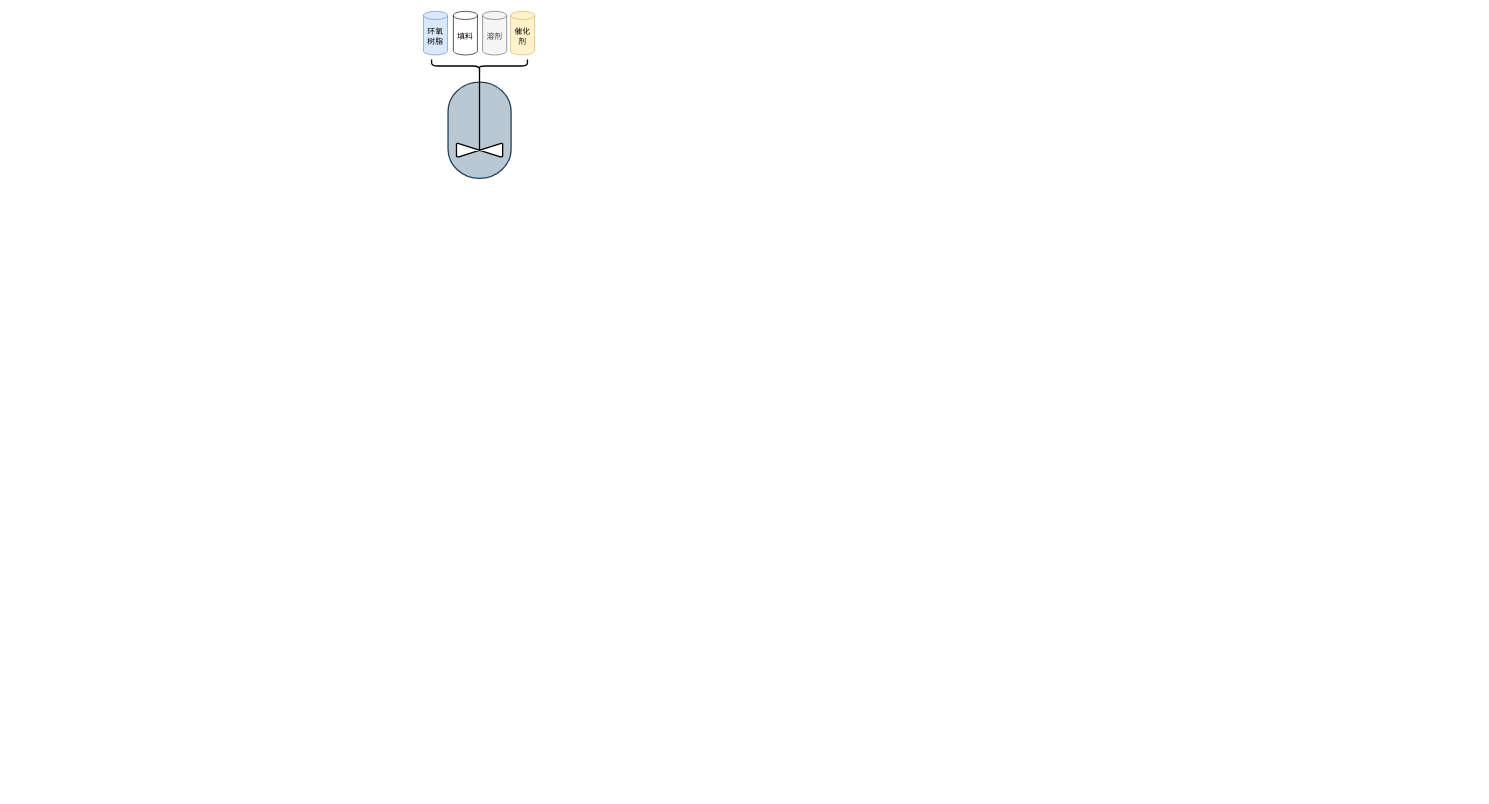
This is 覆铜板.drawio from little-white-dragon1/Diagrams, a draw.io file, before an edit. Source tidied: cells renumbered, new cells numbered last; positions are measured from the earlier drawing's top-left corner, leaving out a move shared by most shapes. Both pictures are drawn from the tidied source at 65%, with x=0, y=0 at pixel (423, 11).
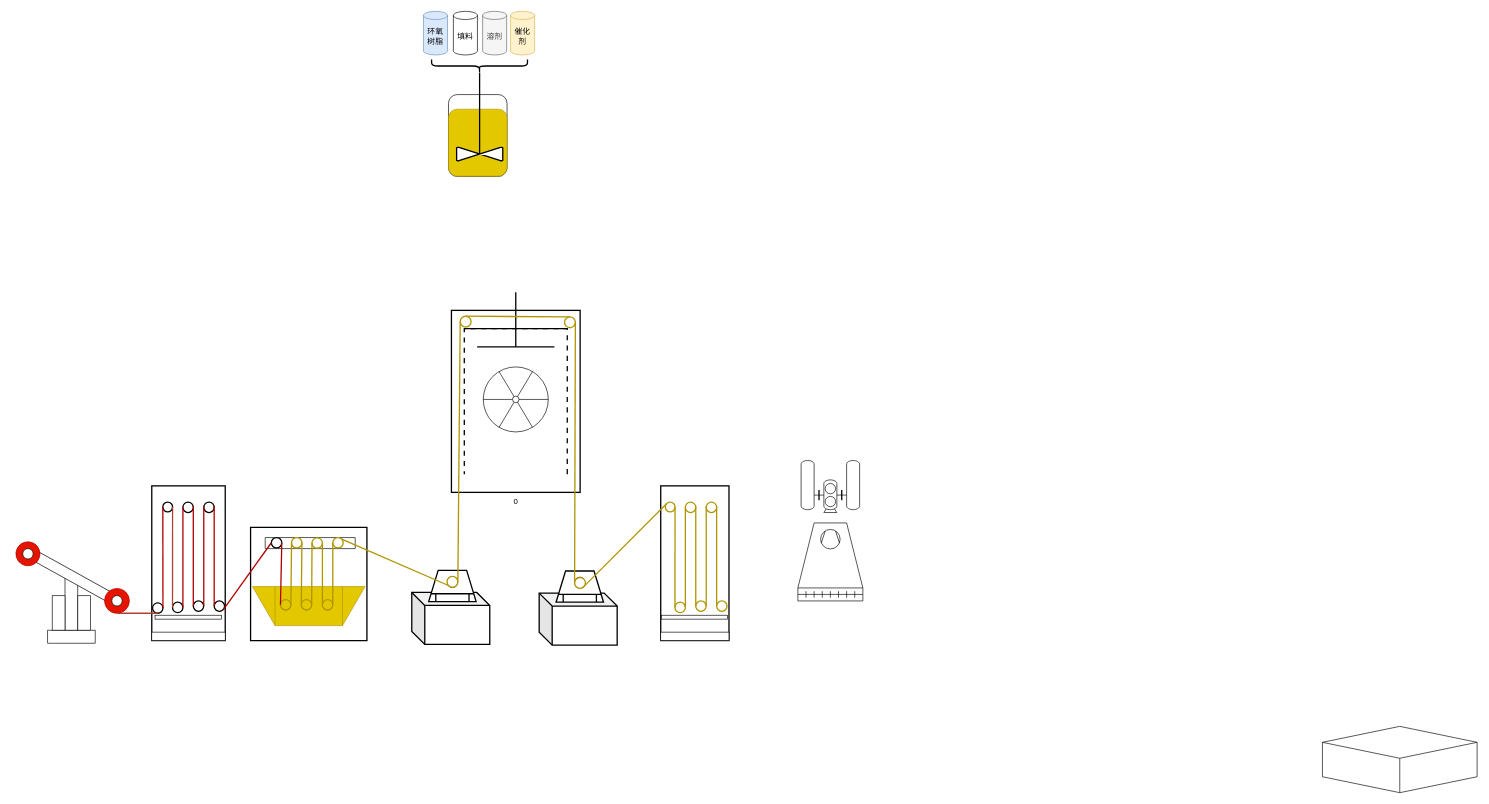
Above is the later version.

Commit message (it also covers changes not shown here):
更新覆铜板.drawio

Diff of the diagram source:
```diff
@@
+    <mxCell id="10" style="verticalLabelPosition=bottom;verticalAlign=top;html=1;shape=mxgraph.basic.rect;fillColor2=none;strokeWidth=2;size=20;indent=5;" parent="1" vertex="1">
+      <mxGeometry x="-266" y="794" width="179" height="174" as="geometry" />
+    </mxCell>
+    <mxCell id="11" style="rounded=1;whiteSpace=wrap;html=1;direction=south;" parent="1" vertex="1">
+      <mxGeometry x="38.5" y="128" width="90.1" height="126" as="geometry" />
+    </mxCell>
@@
-    <mxCell id="6" style="strokeWidth=2;html=1;shape=mxgraph.flowchart.terminator;whiteSpace=wrap;direction=south;fillColor=#bac8d3;strokeColor=#23445d;" parent="1" vertex="1">
-      <mxGeometry x="37.8" y="109" width="97" height="148" as="geometry" />
-    </mxCell>
+    <mxCell id="9" style="shape=curlyBracket;whiteSpace=wrap;html=1;rounded=1;labelPosition=left;verticalLabelPosition=middle;align=right;verticalAlign=middle;direction=north;strokeWidth=2;" parent="1" vertex="1">
+      <mxGeometry x="12.5" y="74" width="147.5" height="20" as="geometry" />
+    </mxCell>
+    <mxCell id="12" style="rounded=0;whiteSpace=wrap;html=1;" parent="1" vertex="1">
+      <mxGeometry x="-578.1" y="952" width="73" height="20" as="geometry" />
+    </mxCell>
+    <mxCell id="13" style="rounded=0;whiteSpace=wrap;html=1;" parent="1" vertex="1">
+      <mxGeometry x="-551.5" y="866" width="19.7" height="86" as="geometry" />
+    </mxCell>
+    <mxCell id="14" style="verticalLabelPosition=bottom;verticalAlign=top;html=1;shape=mxgraph.basic.plaque;dx=6;whiteSpace=wrap;rotation=29;" parent="1" vertex="1">
+      <mxGeometry x="-618" y="863" width="161.4" height="16" as="geometry" />
+    </mxCell>
+    <mxCell id="15" style="ellipse;whiteSpace=wrap;html=1;rotation=0;fillColor=#e51400;fontColor=#ffffff;strokeColor=#B20000;" parent="1" vertex="1">
+      <mxGeometry x="-490.7" y="887.7" width="38.3" height="38.3" as="geometry" />
+    </mxCell>
+    <mxCell id="16" style="ellipse;whiteSpace=wrap;html=1;rotation=29;fillColor=#e51400;fontColor=#ffffff;strokeColor=#B20000;" parent="1" vertex="1">
+      <mxGeometry x="-627" y="816" width="37" height="37" as="geometry" />
+    </mxCell>
+    <mxCell id="17" style="rounded=0;whiteSpace=wrap;html=1;" parent="1" vertex="1">
+      <mxGeometry x="-531.8" y="899" width="19.7" height="53" as="geometry" />
+    </mxCell>
+    <mxCell id="18" style="rounded=0;whiteSpace=wrap;html=1;" parent="1" vertex="1">
+      <mxGeometry x="-571.2" y="899" width="19.7" height="53" as="geometry" />
+    </mxCell>
+    <mxCell id="19" style="rounded=0;whiteSpace=wrap;html=1;strokeWidth=2;" parent="1" vertex="1">
+      <mxGeometry x="-418" y="730" width="113" height="238" as="geometry" />
+    </mxCell>
+    <mxCell id="20" style="ellipse;whiteSpace=wrap;html=1;strokeWidth=2;" parent="1" vertex="1">
+      <mxGeometry x="-401" y="755" width="15" height="15" as="geometry" />
+    </mxCell>
+    <mxCell id="21" style="ellipse;whiteSpace=wrap;html=1;strokeWidth=2;" parent="1" vertex="1">
+      <mxGeometry x="-416.8" y="910" width="16" height="16" as="geometry" />
+    </mxCell>
+    <mxCell id="22" style="ellipse;whiteSpace=wrap;html=1;strokeWidth=2;" parent="1" vertex="1">
+      <mxGeometry x="-386.1" y="909" width="16" height="16" as="geometry" />
+    </mxCell>
+    <mxCell id="23" style="endArrow=none;html=1;rounded=0;entryX=0.5;entryY=1;entryDx=0;entryDy=0;fillColor=#fad9d5;strokeColor=#ae4132;strokeWidth=2;" parent="1" edge="1" target="21">
+      <mxGeometry relative="1" as="geometry">
+        <mxPoint x="-471" y="926" as="sourcePoint" />
+      </mxGeometry>
+    </mxCell>
+    <mxCell id="24" style="endArrow=none;html=1;rounded=0;exitX=1;exitY=0.5;exitDx=0;exitDy=0;entryX=0;entryY=0.5;entryDx=0;entryDy=0;fillColor=#e51400;strokeColor=#B20000;strokeWidth=2;" parent="1" edge="1" source="21" target="20">
+      <mxGeometry relative="1" as="geometry" />
+    </mxCell>
+    <mxCell id="25" style="endArrow=none;html=1;rounded=0;entryX=1;entryY=0.5;entryDx=0;entryDy=0;exitX=0;exitY=0.5;exitDx=0;exitDy=0;fillColor=#fad9d5;strokeColor=#ae4132;strokeWidth=2;" parent="1" edge="1" source="22" target="20">
+      <mxGeometry relative="1" as="geometry" />
+    </mxCell>
+    <mxCell id="26" style="ellipse;whiteSpace=wrap;html=1;strokeWidth=2;" parent="1" vertex="1">
+      <mxGeometry x="-370.1" y="755" width="16" height="16" as="geometry" />
+    </mxCell>
+    <mxCell id="27" style="ellipse;whiteSpace=wrap;html=1;" parent="1" vertex="1">
+      <mxGeometry x="-479.5" y="898.8" width="16" height="16" as="geometry" />
+    </mxCell>
+    <mxCell id="28" style="ellipse;whiteSpace=wrap;html=1;" parent="1" vertex="1">
+      <mxGeometry x="-616.5" y="826.5" width="16" height="16" as="geometry" />
+    </mxCell>
+    <mxCell id="29" style="endArrow=none;html=1;rounded=0;entryX=1;entryY=0.5;entryDx=0;entryDy=0;exitX=0;exitY=0.5;exitDx=0;exitDy=0;fillColor=#e51400;strokeColor=#B20000;strokeWidth=2;" parent="1" edge="1">
+      <mxGeometry relative="1" as="geometry">
+        <mxPoint x="-370.1" y="916.8" as="sourcePoint" />
+        <mxPoint x="-370.1" y="762.8" as="targetPoint" />
+      </mxGeometry>
+    </mxCell>
+    <mxCell id="30" style="ellipse;whiteSpace=wrap;html=1;strokeWidth=2;" parent="1" vertex="1">
+      <mxGeometry x="-354.1" y="907" width="16" height="16" as="geometry" />
+    </mxCell>
+    <mxCell id="31" style="endArrow=none;html=1;rounded=0;entryX=1;entryY=0.5;entryDx=0;entryDy=0;exitX=0;exitY=0.5;exitDx=0;exitDy=0;fillColor=#e51400;strokeColor=#B20000;strokeWidth=2;" parent="1" edge="1">
+      <mxGeometry relative="1" as="geometry">
+        <mxPoint x="-354.1" y="915" as="sourcePoint" />
+        <mxPoint x="-354.1" y="761" as="targetPoint" />
+      </mxGeometry>
+    </mxCell>
+    <mxCell id="32" style="ellipse;whiteSpace=wrap;html=1;strokeWidth=2;" parent="1" vertex="1">
+      <mxGeometry x="-338" y="755" width="16" height="16" as="geometry" />
+    </mxCell>
+    <mxCell id="33" style="endArrow=none;html=1;rounded=0;entryX=1;entryY=0.5;entryDx=0;entryDy=0;exitX=0;exitY=0.5;exitDx=0;exitDy=0;fillColor=#e51400;strokeColor=#B20000;strokeWidth=2;" parent="1" edge="1">
+      <mxGeometry relative="1" as="geometry">
+        <mxPoint x="-338" y="915" as="sourcePoint" />
+        <mxPoint x="-338" y="761" as="targetPoint" />
+      </mxGeometry>
+    </mxCell>
+    <mxCell id="34" style="ellipse;whiteSpace=wrap;html=1;strokeWidth=2;" parent="1" vertex="1">
+      <mxGeometry x="-322" y="907" width="16" height="16" as="geometry" />
+    </mxCell>
+    <mxCell id="35" style="endArrow=none;html=1;rounded=0;entryX=1;entryY=0.5;entryDx=0;entryDy=0;exitX=0;exitY=0.5;exitDx=0;exitDy=0;fillColor=#e51400;strokeColor=#B20000;strokeWidth=2;" parent="1" edge="1">
+      <mxGeometry relative="1" as="geometry">
+        <mxPoint x="-322" y="914.8" as="sourcePoint" />
+        <mxPoint x="-322" y="760.8" as="targetPoint" />
+      </mxGeometry>
+    </mxCell>
+    <mxCell id="36" style="rounded=0;whiteSpace=wrap;html=1;" parent="1" vertex="1">
+      <mxGeometry x="-413" y="929" width="102" height="6" as="geometry" />
+    </mxCell>
+    <mxCell id="37" style="rounded=0;whiteSpace=wrap;html=1;" parent="1" vertex="1">
+      <mxGeometry x="-418" y="955" width="113" height="13" as="geometry" />
+    </mxCell>
+    <mxCell id="38" style="rounded=1;whiteSpace=wrap;html=1;direction=south;fillColor=#e3c800;fontColor=#000000;strokeColor=#B09500;" parent="1" vertex="1">
+      <mxGeometry x="38.5" y="150.5" width="90.1" height="103" as="geometry" />
+    </mxCell>
+    <mxCell id="8" style="verticalLabelPosition=bottom;verticalAlign=top;html=1;shape=mxgraph.flowchart.collate;direction=south;strokeWidth=2;" parent="1" vertex="1">
+      <mxGeometry x="51" y="209" width="71" height="21" as="geometry" />
+    </mxCell>
     <mxCell id="7" style="line;strokeWidth=2;direction=south;html=1;" parent="1" vertex="1">
-      <mxGeometry x="81.2" y="91" width="10" height="124" as="geometry" />
+      <mxGeometry x="81.2" y="94" width="10.3" height="124" as="geometry" />
     </mxCell>
-    <mxCell id="8" style="verticalLabelPosition=bottom;verticalAlign=top;html=1;shape=mxgraph.flowchart.collate;direction=south;strokeWidth=2;" parent="1" vertex="1">
-      <mxGeometry x="50.8" y="203" width="71" height="21" as="geometry" />
-    </mxCell>
-    <mxCell id="9" style="shape=curlyBracket;whiteSpace=wrap;html=1;rounded=1;labelPosition=left;verticalLabelPosition=middle;align=right;verticalAlign=middle;direction=north;strokeWidth=2;" parent="1" vertex="1">
-      <mxGeometry x="12.5" y="74" width="147.5" height="20" as="geometry" />
-    </mxCell>
+    <mxCell id="39" style="html=1;whiteSpace=wrap;shape=isoCube2;backgroundOutline=1;isoAngle=6.535977631612532;" parent="1" vertex="1">
+      <mxGeometry x="1383" y="1100" width="238" height="102" as="geometry" />
+    </mxCell>
+    <mxCell id="40" style="verticalLabelPosition=bottom;align=center;dashed=0;html=1;verticalAlign=top;shape=mxgraph.pid.crushers_grinding.crusher;fillColor=#e3c800;fontColor=#000000;strokeColor=#B09500;" parent="1" vertex="1">
+      <mxGeometry x="-263" y="885" width="173" height="60" as="geometry" />
+    </mxCell>
+    <mxCell id="41" style="verticalLabelPosition=bottom;verticalAlign=top;html=1;shape=mxgraph.basic.rect;fillColor2=none;strokeWidth=1;size=20;indent=5;" parent="1" vertex="1">
+      <mxGeometry x="-243.5" y="809.5" width="138.5" height="17" as="geometry" />
+    </mxCell>
+    <mxCell id="42" style="ellipse;whiteSpace=wrap;html=1;strokeWidth=2;" parent="1" vertex="1">
+      <mxGeometry x="-234" y="809.5" width="16" height="16" as="geometry" />
+    </mxCell>
+    <mxCell id="43" style="ellipse;whiteSpace=wrap;html=1;strokeWidth=2;strokeColor=light-dark(#b09500, #ededed);align=center;verticalAlign=middle;fontFamily=Helvetica;fontSize=12;fontColor=default;fillColor=default;" parent="1" vertex="1">
+      <mxGeometry x="-203" y="809.5" width="16" height="16" as="geometry" />
+    </mxCell>
+    <mxCell id="44" style="ellipse;whiteSpace=wrap;html=1;strokeWidth=2;strokeColor=light-dark(#b09500, #ededed);" parent="1" vertex="1">
+      <mxGeometry x="-171.5" y="810" width="16" height="16" as="geometry" />
+    </mxCell>
+    <mxCell id="45" style="ellipse;whiteSpace=wrap;html=1;strokeWidth=2;fillColor=default;strokeColor=light-dark(#b09500, #ededed);align=center;verticalAlign=middle;fontFamily=Helvetica;fontSize=12;fontColor=default;" parent="1" vertex="1">
+      <mxGeometry x="-139.5" y="809.5" width="16" height="16" as="geometry" />
+    </mxCell>
+    <mxCell id="46" style="endArrow=none;html=1;rounded=0;exitX=0.975;exitY=0.8;exitDx=0;exitDy=0;entryX=0;entryY=0.5;entryDx=0;entryDy=0;exitPerimeter=0;fillColor=#e51400;strokeColor=#B20000;strokeWidth=2;" parent="1" edge="1" source="19" target="42">
+      <mxGeometry relative="1" as="geometry" />
+    </mxCell>
+    <mxCell id="47" style="ellipse;whiteSpace=wrap;html=1;fillColor=#e3c800;fontColor=#000000;strokeColor=#B09500;strokeWidth=2;" parent="1" vertex="1">
+      <mxGeometry x="-220" y="905" width="16" height="16" as="geometry" />
+    </mxCell>
+    <mxCell id="48" style="endArrow=none;html=1;rounded=0;entryX=1;entryY=0.5;entryDx=0;entryDy=0;fillColor=#e51400;strokeColor=#B20000;strokeWidth=2;" parent="1" edge="1" target="42">
+      <mxGeometry relative="1" as="geometry">
+        <mxPoint x="-220" y="913" as="sourcePoint" />
+      </mxGeometry>
+    </mxCell>
+    <mxCell id="49" style="endArrow=none;html=1;rounded=0;entryX=0;entryY=0.5;entryDx=0;entryDy=0;exitX=1;exitY=0.5;exitDx=0;exitDy=0;fillColor=#e3c800;strokeColor=#B09500;strokeWidth=2;" parent="1" edge="1" source="47" target="43">
+      <mxGeometry relative="1" as="geometry" />
+    </mxCell>
+    <mxCell id="50" style="ellipse;whiteSpace=wrap;html=1;fillColor=#e3c800;fontColor=#000000;strokeColor=#B09500;strokeWidth=2;" parent="1" vertex="1">
+      <mxGeometry x="-188" y="905" width="16" height="16" as="geometry" />
+    </mxCell>
+    <mxCell id="51" style="endArrow=none;html=1;rounded=0;entryX=0;entryY=0.5;entryDx=0;entryDy=0;exitX=1;exitY=0.5;exitDx=0;exitDy=0;fillColor=#e3c800;strokeColor=#B09500;strokeWidth=2;" parent="1" edge="1">
+      <mxGeometry relative="1" as="geometry">
+        <mxPoint x="-188" y="912" as="sourcePoint" />
+        <mxPoint x="-187" y="817" as="targetPoint" />
+      </mxGeometry>
+    </mxCell>
+    <mxCell id="52" style="endArrow=none;html=1;rounded=0;entryX=0;entryY=0.5;entryDx=0;entryDy=0;exitX=1;exitY=0.5;exitDx=0;exitDy=0;fillColor=#e3c800;strokeColor=#B09500;strokeWidth=2;" parent="1" edge="1" source="50" target="44">
+      <mxGeometry relative="1" as="geometry" />
+    </mxCell>
+    <mxCell id="53" style="ellipse;whiteSpace=wrap;html=1;fillColor=#e3c800;fontColor=#000000;strokeColor=#B09500;strokeWidth=2;" parent="1" vertex="1">
+      <mxGeometry x="-155.5" y="905" width="16" height="16" as="geometry" />
+    </mxCell>
+    <mxCell id="54" style="endArrow=none;html=1;rounded=0;exitX=0;exitY=0.5;exitDx=0;exitDy=0;fillColor=#e3c800;strokeColor=#B09500;strokeWidth=2;entryX=1;entryY=0.5;entryDx=0;entryDy=0;" parent="1" edge="1" source="53" target="44">
+      <mxGeometry relative="1" as="geometry" />
+    </mxCell>
+    <mxCell id="55" style="endArrow=none;html=1;rounded=0;exitX=1;exitY=0.5;exitDx=0;exitDy=0;fillColor=#e3c800;strokeColor=#B09500;strokeWidth=2;entryX=0;entryY=0.5;entryDx=0;entryDy=0;" parent="1" edge="1" source="53" target="45">
+      <mxGeometry relative="1" as="geometry" />
+    </mxCell>
+    <mxCell id="56" style="shape=cube;whiteSpace=wrap;html=1;boundedLbl=1;backgroundOutline=1;darkOpacity=0.05;darkOpacity2=0.1;strokeWidth=2;" parent="1" vertex="1">
+      <mxGeometry x="-18" y="894" width="120" height="80" as="geometry" />
+    </mxCell>
+    <mxCell id="57" style="shape=mxgraph.pid.shaping_machines.pelletizing_disc;html=1;align=center;verticalLabelPosition=bottom;verticalAlign=top;dashed=0;strokeWidth=2;" parent="1" vertex="1">
+      <mxGeometry x="8" y="860" width="73" height="48" as="geometry" />
+    </mxCell>
+    <mxCell id="58" style="endArrow=none;html=1;rounded=0;exitX=1;exitY=0;exitDx=0;exitDy=0;entryX=0.429;entryY=0.493;entryDx=0;entryDy=0;entryPerimeter=0;strokeWidth=2;fillColor=#e3c800;strokeColor=#B09500;" parent="1" edge="1" source="45" target="57">
+      <mxGeometry relative="1" as="geometry" />
+    </mxCell>
+    <mxCell id="59" style="ellipse;whiteSpace=wrap;html=1;strokeWidth=2;fillColor=default;strokeColor=light-dark(#b09500, #ededed);align=center;verticalAlign=middle;fontFamily=Helvetica;fontSize=12;fontColor=default;" parent="1" vertex="1">
+      <mxGeometry x="36.2" y="869.3" width="16.7" height="16.7" as="geometry" />
+    </mxCell>
+    <mxCell id="60" value="0" style="shape=mxgraph.pid.centrifuges.centrifuge_(pusher);html=1;align=center;verticalLabelPosition=bottom;verticalAlign=top;dashed=0;direction=south;strokeWidth=2;" parent="1" vertex="1">
+      <mxGeometry x="43" y="432" width="198" height="308" as="geometry" />
+    </mxCell>
+    <mxCell id="61" style="shape=cube;whiteSpace=wrap;html=1;boundedLbl=1;backgroundOutline=1;darkOpacity=0.05;darkOpacity2=0.1;strokeWidth=2;" parent="1" vertex="1">
+      <mxGeometry x="178" y="895" width="120" height="80" as="geometry" />
+    </mxCell>
+    <mxCell id="62" style="shape=mxgraph.pid.shaping_machines.pelletizing_disc;html=1;align=center;verticalLabelPosition=bottom;verticalAlign=top;dashed=0;strokeWidth=2;" parent="1" vertex="1">
+      <mxGeometry x="204" y="861" width="73" height="48" as="geometry" />
+    </mxCell>
+    <mxCell id="63" style="ellipse;whiteSpace=wrap;html=1;strokeWidth=2;fillColor=default;strokeColor=light-dark(#b09500, #ededed);align=center;verticalAlign=middle;fontFamily=Helvetica;fontSize=12;fontColor=default;" parent="1" vertex="1">
+      <mxGeometry x="232.5" y="871" width="16.7" height="16.7" as="geometry" />
+    </mxCell>
+    <mxCell id="64" style="ellipse;whiteSpace=wrap;html=1;strokeWidth=2;fillColor=default;strokeColor=light-dark(#b09500, #ededed);align=center;verticalAlign=middle;fontFamily=Helvetica;fontSize=12;fontColor=default;" parent="1" vertex="1">
+      <mxGeometry x="56.5" y="469" width="16.7" height="16.7" as="geometry" />
+    </mxCell>
+    <mxCell id="65" style="ellipse;whiteSpace=wrap;html=1;strokeWidth=2;fillColor=default;strokeColor=light-dark(#b09500, #ededed);align=center;verticalAlign=middle;fontFamily=Helvetica;fontSize=12;fontColor=default;" parent="1" vertex="1">
+      <mxGeometry x="217" y="470" width="16.7" height="16.7" as="geometry" />
+    </mxCell>
+    <mxCell id="66" style="endArrow=none;html=1;rounded=0;entryX=0;entryY=0.5;entryDx=0;entryDy=0;exitX=1;exitY=0.5;exitDx=0;exitDy=0;strokeWidth=2;fillColor=#e3c800;strokeColor=#B09500;" parent="1" edge="1" source="59" target="64">
+      <mxGeometry relative="1" as="geometry" />
+    </mxCell>
+    <mxCell id="67" style="shape=mxgraph.pid.feeders.proportional_feeder_(rotary_valve);html=1;align=center;verticalLabelPosition=bottom;verticalAlign=top;dashed=0;" parent="1" vertex="1">
+      <mxGeometry x="92" y="547" width="100" height="100" as="geometry" />
+    </mxCell>
+    <mxCell id="68" style="endArrow=none;html=1;rounded=0;exitX=0.124;exitY=0.912;exitDx=0;exitDy=0;exitPerimeter=0;strokeWidth=2;fillColor=#e3c800;strokeColor=#B09500;entryX=0.5;entryY=0;entryDx=0;entryDy=0;" parent="1" edge="1" target="65">
+      <mxGeometry relative="1" as="geometry">
+        <mxPoint x="65" y="469" as="sourcePoint" />
+      </mxGeometry>
+    </mxCell>
+    <mxCell id="69" style="endArrow=none;html=1;rounded=0;entryX=1;entryY=0.5;entryDx=0;entryDy=0;strokeWidth=2;exitX=0;exitY=0.5;exitDx=0;exitDy=0;fillColor=#e3c800;strokeColor=#B09500;" parent="1" edge="1" source="63" target="65">
+      <mxGeometry relative="1" as="geometry" />
+    </mxCell>
+    <mxCell id="70" style="rounded=0;whiteSpace=wrap;html=1;strokeWidth=2;" parent="1" vertex="1">
+      <mxGeometry x="365" y="730" width="105" height="238" as="geometry" />
+    </mxCell>
+    <mxCell id="71" style="ellipse;whiteSpace=wrap;html=1;strokeWidth=2;strokeColor=light-dark(#b09500, #ededed);align=center;verticalAlign=middle;fontFamily=Helvetica;fontSize=12;fontColor=default;fillColor=default;" parent="1" vertex="1">
+      <mxGeometry x="372" y="755" width="15" height="15" as="geometry" />
+    </mxCell>
+    <mxCell id="72" style="ellipse;whiteSpace=wrap;html=1;strokeWidth=2;strokeColor=light-dark(#b09500, #ededed);align=center;verticalAlign=middle;fontFamily=Helvetica;fontSize=12;fontColor=default;fillColor=default;" parent="1" vertex="1">
+      <mxGeometry x="386.9" y="909" width="16" height="16" as="geometry" />
+    </mxCell>
+    <mxCell id="73" style="endArrow=none;html=1;rounded=0;entryX=1;entryY=0.5;entryDx=0;entryDy=0;exitX=0;exitY=0.5;exitDx=0;exitDy=0;fillColor=#e3c800;strokeColor=#B09500;strokeWidth=2;" parent="1" edge="1" source="72" target="71">
+      <mxGeometry relative="1" as="geometry" />
+    </mxCell>
+    <mxCell id="74" style="ellipse;whiteSpace=wrap;html=1;strokeWidth=2;strokeColor=light-dark(#b09500, #ededed);align=center;verticalAlign=middle;fontFamily=Helvetica;fontSize=12;fontColor=default;fillColor=default;" parent="1" vertex="1">
+      <mxGeometry x="402.9" y="755" width="16" height="16" as="geometry" />
+    </mxCell>
+    <mxCell id="75" style="endArrow=none;html=1;rounded=0;entryX=1;entryY=0.5;entryDx=0;entryDy=0;exitX=0;exitY=0.5;exitDx=0;exitDy=0;fillColor=#e3c800;strokeColor=#B09500;strokeWidth=2;" parent="1" edge="1">
+      <mxGeometry relative="1" as="geometry">
+        <mxPoint x="402.9" y="916.8" as="sourcePoint" />
+        <mxPoint x="402.9" y="762.8" as="targetPoint" />
+      </mxGeometry>
+    </mxCell>
+    <mxCell id="76" style="ellipse;whiteSpace=wrap;html=1;strokeWidth=2;strokeColor=light-dark(#b09500, #ededed);align=center;verticalAlign=middle;fontFamily=Helvetica;fontSize=12;fontColor=default;fillColor=default;" parent="1" vertex="1">
+      <mxGeometry x="418.9" y="907" width="16" height="16" as="geometry" />
+    </mxCell>
+    <mxCell id="77" style="endArrow=none;html=1;rounded=0;entryX=1;entryY=0.5;entryDx=0;entryDy=0;exitX=0;exitY=0.5;exitDx=0;exitDy=0;fillColor=#e3c800;strokeColor=#B09500;strokeWidth=2;" parent="1" edge="1">
+      <mxGeometry relative="1" as="geometry">
+        <mxPoint x="418.9" y="915" as="sourcePoint" />
+        <mxPoint x="418.9" y="761" as="targetPoint" />
+      </mxGeometry>
+    </mxCell>
+    <mxCell id="78" style="ellipse;whiteSpace=wrap;html=1;strokeWidth=2;strokeColor=light-dark(#b09500, #ededed);align=center;verticalAlign=middle;fontFamily=Helvetica;fontSize=12;fontColor=default;fillColor=default;" parent="1" vertex="1">
+      <mxGeometry x="435" y="755" width="16" height="16" as="geometry" />
+    </mxCell>
+    <mxCell id="79" style="endArrow=none;html=1;rounded=0;entryX=1;entryY=0.5;entryDx=0;entryDy=0;exitX=0;exitY=0.5;exitDx=0;exitDy=0;fillColor=#e3c800;strokeColor=#B09500;strokeWidth=2;" parent="1" edge="1">
+      <mxGeometry relative="1" as="geometry">
+        <mxPoint x="435" y="915" as="sourcePoint" />
+        <mxPoint x="435" y="761" as="targetPoint" />
+      </mxGeometry>
+    </mxCell>
+    <mxCell id="80" style="ellipse;whiteSpace=wrap;html=1;strokeWidth=2;strokeColor=light-dark(#b09500, #ededed);align=center;verticalAlign=middle;fontFamily=Helvetica;fontSize=12;fontColor=default;fillColor=default;" parent="1" vertex="1">
+      <mxGeometry x="451" y="907" width="16" height="16" as="geometry" />
+    </mxCell>
+    <mxCell id="81" style="endArrow=none;html=1;rounded=0;entryX=1;entryY=0.5;entryDx=0;entryDy=0;exitX=0;exitY=0.5;exitDx=0;exitDy=0;fillColor=#e3c800;strokeColor=#B09500;strokeWidth=2;" parent="1" edge="1">
+      <mxGeometry relative="1" as="geometry">
+        <mxPoint x="451" y="914.8" as="sourcePoint" />
+        <mxPoint x="451" y="760.8" as="targetPoint" />
+      </mxGeometry>
+    </mxCell>
+    <mxCell id="82" style="rounded=0;whiteSpace=wrap;html=1;" parent="1" vertex="1">
+      <mxGeometry x="366" y="929" width="102" height="6" as="geometry" />
+    </mxCell>
+    <mxCell id="83" style="rounded=0;whiteSpace=wrap;html=1;" parent="1" vertex="1">
+      <mxGeometry x="365" y="955" width="105" height="13" as="geometry" />
+    </mxCell>
+    <mxCell id="84" style="endArrow=none;html=1;rounded=0;exitX=0.552;exitY=0.547;exitDx=0;exitDy=0;exitPerimeter=0;entryX=0;entryY=0;entryDx=0;entryDy=0;strokeWidth=2;fillColor=#e3c800;strokeColor=#B09500;" parent="1" edge="1" source="62" target="71">
+      <mxGeometry relative="1" as="geometry" />
+    </mxCell>
+    <mxCell id="85" style="verticalLabelPosition=bottom;align=center;dashed=0;html=1;verticalAlign=top;shape=mxgraph.pid.compressors.compressor_and_silencers;" parent="1" vertex="1">
+      <mxGeometry x="581" y="691" width="90" height="80" as="geometry" />
+    </mxCell>
+    <mxCell id="86" style="verticalLabelPosition=bottom;align=center;dashed=0;html=1;verticalAlign=top;shape=mxgraph.pid.misc.cooling_tower_(dry,_induced_draught);" parent="1" vertex="1">
+      <mxGeometry x="576" y="787" width="100" height="120" as="geometry" />
+    </mxCell>
```
